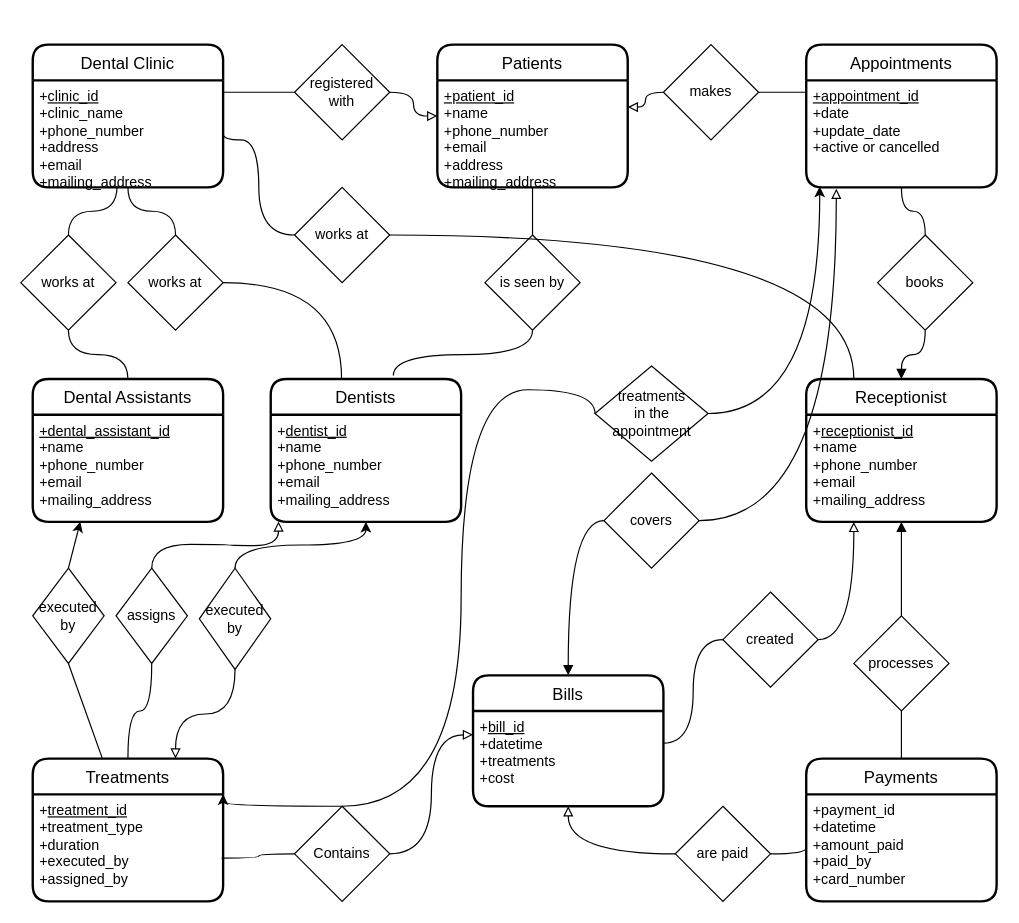
gituser514/Diagram keeps this draw.io diagram as MyDentalClinicDiagram.drawio. Above is the earlier version. Source tidied: cells renumbered, new cells numbered last; positions are measured from the earlier drawing's top-left corner, leaving out a move shared by most shapes. Both pictures are drawn from the tidied source at 119%, with x=0, y=0 at pixel (20, 44).
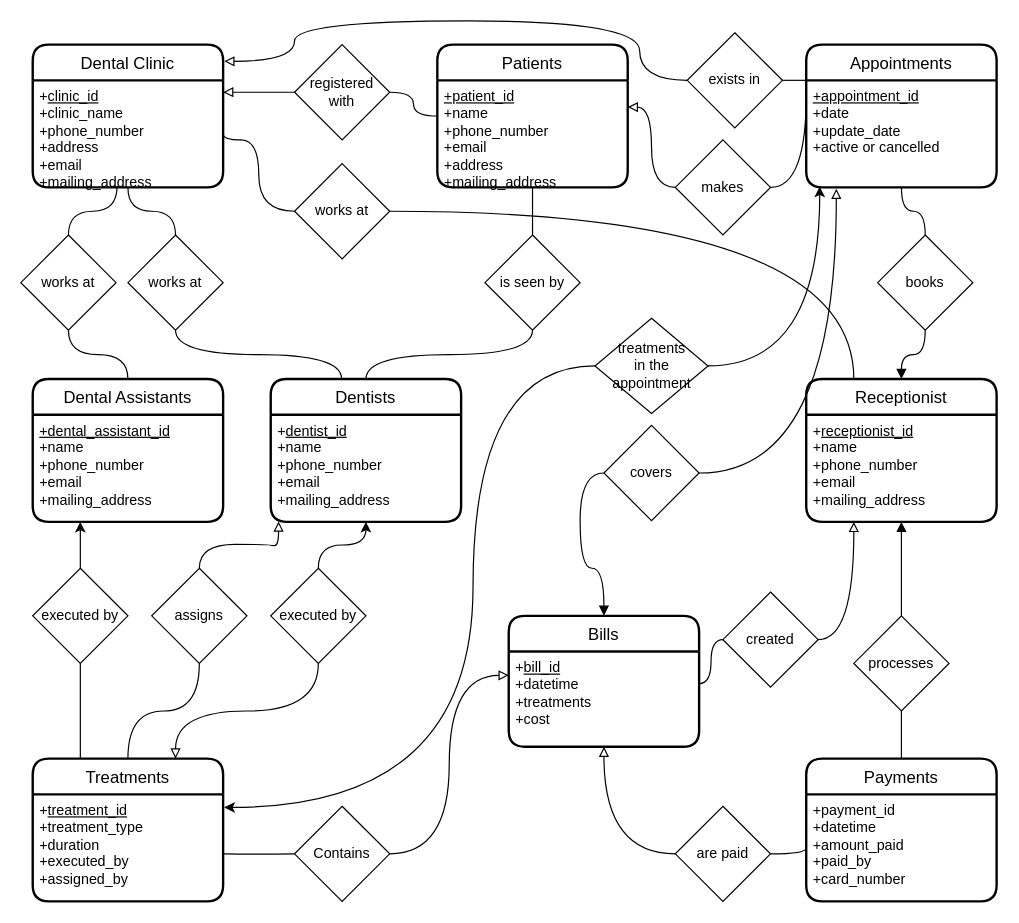
After the change.

The change refers to these unchanged cells:
```xml
<mxCell id="2" value="Dental Clinic" style="swimlane;horizontal=1;startSize=30;rounded=1;fontSize=14;fontStyle=0;strokeWidth=2;shadow=0;dashed=0;align=center;" parent="1" vertex="1">
  <mxGeometry x="10" width="160" height="120" as="geometry" />
</mxCell>
<mxCell id="3" value="+&lt;u&gt;clinic_id&lt;/u&gt;&lt;br&gt;+clinic_name&lt;br&gt;&lt;div&gt;+phone_number&lt;/div&gt;&lt;div&gt;+address &lt;br&gt;&lt;/div&gt;&lt;div&gt;+email&lt;/div&gt;&lt;div&gt;+mailing_address&lt;br&gt;&lt;/div&gt;" style="align=left;strokeColor=none;fillColor=none;spacingLeft=4;fontSize=12;verticalAlign=top;html=1;" parent="2" vertex="1">
  <mxGeometry y="30" width="160" height="90" as="geometry" />
</mxCell>
<mxCell id="4" value="Dentists" style="swimlane;horizontal=1;startSize=30;rounded=1;fontSize=14;fontStyle=0;strokeWidth=2;shadow=0;dashed=0;align=center;" parent="1" vertex="1">
  <mxGeometry x="210" y="281" width="160" height="120" as="geometry" />
</mxCell>
<mxCell id="6" value="Patients" style="swimlane;horizontal=1;startSize=30;rounded=1;fontSize=14;fontStyle=0;strokeWidth=2;shadow=0;dashed=0;align=center;" parent="1" vertex="1">
  <mxGeometry x="350" width="160" height="120" as="geometry" />
</mxCell>
<mxCell id="10" value="Treatments " style="swimlane;horizontal=1;startSize=30;rounded=1;fontSize=14;fontStyle=0;strokeWidth=2;shadow=0;dashed=0;align=center;" parent="1" vertex="1">
  <mxGeometry x="10" y="600" width="160" height="120" as="geometry" />
</mxCell>
<mxCell id="11" value="+&lt;u&gt;treatment_id&lt;/u&gt;&lt;br&gt;+treatment_type&lt;br&gt;&lt;div&gt;+duration&lt;/div&gt;&lt;div&gt;+executed_by &lt;br&gt;&lt;/div&gt;&lt;div&gt;+assigned_by&lt;br&gt;&lt;/div&gt;" style="align=left;strokeColor=none;fillColor=none;spacingLeft=4;fontSize=12;verticalAlign=top;html=1;" parent="10" vertex="1">
  <mxGeometry y="30" width="160" height="90" as="geometry" />
</mxCell>
<mxCell id="13" value="&lt;div&gt;&lt;u&gt;+appointment_id&lt;/u&gt;&lt;/div&gt;&lt;div&gt;+date&lt;/div&gt;&lt;div&gt;+update_date&lt;br&gt;&lt;/div&gt;&lt;div&gt;+active or cancelled&lt;br&gt;&lt;/div&gt;&lt;div&gt;&lt;br&gt;&lt;/div&gt;" style="align=left;strokeColor=none;fillColor=none;spacingLeft=4;fontSize=12;verticalAlign=top;html=1;" parent="12" vertex="1">
  <mxGeometry y="30" width="160" height="90" as="geometry" />
</mxCell>
<mxCell id="18" value="&lt;div&gt;registered &lt;br&gt;&lt;/div&gt;&lt;div&gt;with&lt;/div&gt;" style="shape=rhombus;perimeter=rhombusPerimeter;whiteSpace=wrap;html=1;align=center;" parent="1" vertex="1">
  <mxGeometry x="230" width="80" height="80" as="geometry" />
</mxCell>
<mxCell id="40" value="is seen by " style="rhombus;whiteSpace=wrap;html=1;rounded=0;sketch=0;" parent="1" vertex="1">
  <mxGeometry x="390" y="160" width="80" height="80" as="geometry" />
</mxCell>
<mxCell id="54" value="works at" style="rhombus;whiteSpace=wrap;html=1;rounded=0;sketch=0;" parent="1" vertex="1">
  <mxGeometry x="90" y="160" width="80" height="80" as="geometry" />
</mxCell>
<mxCell id="67" value="Contains" style="rhombus;whiteSpace=wrap;html=1;rounded=0;sketch=0;" parent="1" vertex="1">
  <mxGeometry x="230" y="640" width="80" height="80" as="geometry" />
</mxCell>
```

The edit, as a diff of the source:
```diff
@@
     <mxCell id="14" value="Bills" style="swimlane;horizontal=1;startSize=30;rounded=1;fontSize=14;fontStyle=0;strokeWidth=2;shadow=0;align=center;fillColor=none;" parent="1" vertex="1">
-      <mxGeometry x="380" y="530" width="160" height="110" as="geometry" />
+      <mxGeometry x="410" y="480" width="160" height="110" as="geometry" />
     </mxCell>
@@
-    <mxCell id="16" style="rounded=0;jettySize=auto;html=1;endArrow=none;endFill=0;edgeStyle=orthogonalEdgeStyle;curved=1;" parent="1" edge="1" source="18">
+    <mxCell id="16" style="rounded=0;jettySize=auto;html=1;endArrow=block;endFill=0;edgeStyle=orthogonalEdgeStyle;curved=1;strokeColor=default;" parent="1" edge="1" source="18">
       <mxGeometry relative="1" as="geometry">
         <mxPoint x="170" y="40" as="targetPoint" />
       </mxGeometry>
     </mxCell>
-    <mxCell id="17" style="edgeStyle=orthogonalEdgeStyle;rounded=0;jettySize=auto;html=1;entryX=0;entryY=0.5;entryDx=0;entryDy=0;endArrow=block;endFill=0;exitX=1;exitY=0.5;exitDx=0;exitDy=0;curved=1;" parent="1" edge="1" source="18" target="6">
+    <mxCell id="17" style="edgeStyle=orthogonalEdgeStyle;rounded=0;jettySize=auto;html=1;entryX=0;entryY=0.5;entryDx=0;entryDy=0;endArrow=none;endFill=0;exitX=1;exitY=0.5;exitDx=0;exitDy=0;curved=1;" parent="1" edge="1" source="18" target="6">
       <mxGeometry relative="1" as="geometry" />
     </mxCell>
@@
-    <mxCell id="26" style="edgeStyle=none;rounded=0;jettySize=auto;html=1;endArrow=none;endFill=0;exitX=0.5;exitY=1;exitDx=0;exitDy=0;" parent="1" edge="1" source="27" target="10">
+    <mxCell id="26" style="edgeStyle=orthogonalEdgeStyle;rounded=0;jettySize=auto;html=1;endArrow=none;endFill=0;exitX=0.5;exitY=1;exitDx=0;exitDy=0;curved=1;entryX=0.25;entryY=0;entryDx=0;entryDy=0;" parent="1" edge="1" source="27" target="10">
       <mxGeometry relative="1" as="geometry" />
     </mxCell>
     <mxCell id="27" value="executed by" style="rhombus;whiteSpace=wrap;html=1;rounded=0;sketch=0;" parent="1" vertex="1">
-      <mxGeometry x="10" y="440" width="60" height="80" as="geometry" />
+      <mxGeometry x="10" y="440" width="80" height="80" as="geometry" />
     </mxCell>
@@
     <mxCell id="29" value="executed by" style="rhombus;whiteSpace=wrap;html=1;rounded=0;sketch=0;" parent="1" vertex="1">
-      <mxGeometry x="150" y="440" width="60" height="85" as="geometry" />
+      <mxGeometry x="210" y="440" width="80" height="80" as="geometry" />
     </mxCell>
@@
     <mxCell id="32" value="makes" style="rhombus;whiteSpace=wrap;html=1;rounded=0;sketch=0;" parent="1" vertex="1">
-      <mxGeometry x="540" width="80" height="80" as="geometry" />
+      <mxGeometry x="550" y="80" width="80" height="80" as="geometry" />
     </mxCell>
-    <mxCell id="33" style="endArrow=none;html=1;rounded=1;sketch=0;curved=1;exitX=0.992;exitY=0.596;exitDx=0;exitDy=0;entryX=0;entryY=0.5;entryDx=0;entryDy=0;exitPerimeter=0;edgeStyle=orthogonalEdgeStyle;" parent="1" edge="1" source="11" target="67">
-      <mxGeometry relative="1" as="geometry" />
+    <mxCell id="33" style="endArrow=none;html=1;rounded=1;sketch=0;curved=1;entryX=0;entryY=0.5;entryDx=0;entryDy=0;edgeStyle=orthogonalEdgeStyle;" parent="1" edge="1" target="67">
+      <mxGeometry relative="1" as="geometry">
+        <mxPoint x="170" y="680" as="sourcePoint" />
+      </mxGeometry>
     </mxCell>
@@
-    <mxCell id="38" style="edgeStyle=orthogonalEdgeStyle;rounded=0;jettySize=auto;html=1;entryX=0.644;entryY=-0.025;entryDx=0;entryDy=0;endArrow=none;endFill=0;exitX=0.5;exitY=1;exitDx=0;exitDy=0;entryPerimeter=0;curved=1;" parent="1" edge="1" source="40" target="4">
+    <mxCell id="38" style="edgeStyle=orthogonalEdgeStyle;rounded=0;jettySize=auto;html=1;endArrow=none;endFill=0;exitX=0.5;exitY=1;exitDx=0;exitDy=0;curved=1;" parent="1" edge="1" source="40" target="4">
       <mxGeometry relative="1" as="geometry" />
     </mxCell>
@@
-    <mxCell id="53" style="edgeStyle=orthogonalEdgeStyle;curved=1;rounded=0;jettySize=auto;html=1;endArrow=none;endFill=0;entryX=0.372;entryY=-0.003;entryDx=0;entryDy=0;entryPerimeter=0;" parent="1" edge="1" source="54" target="4">
+    <mxCell id="53" style="edgeStyle=orthogonalEdgeStyle;curved=1;rounded=0;jettySize=auto;html=1;endArrow=none;endFill=0;entryX=0.372;entryY=-0.003;entryDx=0;entryDy=0;entryPerimeter=0;exitX=0.5;exitY=1;exitDx=0;exitDy=0;" parent="1" edge="1" source="54" target="4">
       <mxGeometry relative="1" as="geometry" />
     </mxCell>
@@
-    <mxCell id="55" style="edgeStyle=orthogonalEdgeStyle;curved=1;rounded=0;jettySize=auto;html=1;entryX=1;entryY=0.5;entryDx=0;entryDy=0;endArrow=none;endFill=0;" parent="1" edge="1" source="57" target="3">
+    <mxCell id="55" style="edgeStyle=orthogonalEdgeStyle;curved=1;rounded=0;jettySize=auto;html=1;endArrow=none;endFill=0;exitX=0;exitY=0.5;exitDx=0;exitDy=0;" parent="1" edge="1" source="57">
       <mxGeometry relative="1" as="geometry">
+        <mxPoint x="170" y="75" as="targetPoint" />
         <Array as="points">
-          <mxPoint x="200" y="160" />
+          <mxPoint x="200" y="140" />
           <mxPoint x="200" y="80" />
           <mxPoint x="170" y="80" />
         </Array>
       </mxGeometry>
     </mxCell>
@@
     <mxCell id="57" value="works at" style="rhombus;whiteSpace=wrap;html=1;rounded=0;sketch=0;" parent="1" vertex="1">
-      <mxGeometry x="230" y="120" width="80" height="80" as="geometry" />
+      <mxGeometry x="230" y="100" width="80" height="80" as="geometry" />
     </mxCell>
@@
-    <mxCell id="59" style="edgeStyle=orthogonalEdgeStyle;rounded=0;jettySize=auto;html=1;entryX=1;entryY=0;entryDx=0;entryDy=0;curved=1;exitX=0;exitY=0.5;exitDx=0;exitDy=0;" parent="1" edge="1" source="60" target="11">
+    <mxCell id="59" style="edgeStyle=orthogonalEdgeStyle;rounded=0;jettySize=auto;html=1;entryX=1.006;entryY=0.122;entryDx=0;entryDy=0;entryPerimeter=0;curved=1;exitX=0;exitY=0.5;exitDx=0;exitDy=0;" parent="1" edge="1" source="60" target="11">
       <mxGeometry relative="1" as="geometry">
         <Array as="points">
-          <mxPoint x="483" y="290" />
-          <mxPoint x="370" y="290" />
-          <mxPoint x="370" y="640" />
-          <mxPoint x="170" y="640" />
+          <mxPoint x="380" y="270" />
+          <mxPoint x="380" y="641" />
         </Array>
       </mxGeometry>
     </mxCell>
     <mxCell id="60" value="&lt;div&gt;treatments &lt;br&gt;&lt;/div&gt;&lt;div&gt;in the appointment &lt;/div&gt;" style="rhombus;whiteSpace=wrap;html=1;rounded=0;sketch=0;" parent="1" vertex="1">
-      <mxGeometry x="482.5" y="270" width="95" height="80" as="geometry" />
+      <mxGeometry x="482.5" y="230" width="95" height="80" as="geometry" />
     </mxCell>
@@
     <mxCell id="63" value="assigns " style="rhombus;whiteSpace=wrap;html=1;rounded=0;sketch=0;" parent="1" vertex="1">
-      <mxGeometry x="80" y="440" width="60" height="80" as="geometry" />
+      <mxGeometry x="110" y="440" width="80" height="80" as="geometry" />
     </mxCell>
@@
     <mxCell id="66" value="covers" style="rhombus;whiteSpace=wrap;html=1;rounded=0;sketch=0;" parent="1" vertex="1">
-      <mxGeometry x="490" y="360" width="80" height="80" as="geometry" />
+      <mxGeometry x="490" y="320" width="80" height="80" as="geometry" />
     </mxCell>
@@
+    <mxCell id="68" style="edgeStyle=orthogonalEdgeStyle;rounded=0;jettySize=auto;html=1;curved=1;exitX=0;exitY=0.5;exitDx=0;exitDy=0;startArrow=none;startFill=0;endArrow=block;endFill=0;entryX=1.006;entryY=0.117;entryDx=0;entryDy=0;entryPerimeter=0;" parent="1" edge="1" source="70" target="2">
+      <mxGeometry relative="1" as="geometry">
+        <Array as="points">
+          <mxPoint x="520" y="30" />
+          <mxPoint x="520" y="-20" />
+          <mxPoint x="230" y="-20" />
+          <mxPoint x="230" y="14" />
+        </Array>
+      </mxGeometry>
+    </mxCell>
+    <mxCell id="69" style="edgeStyle=orthogonalEdgeStyle;curved=1;rounded=0;jettySize=auto;html=1;entryX=0;entryY=0;entryDx=0;entryDy=0;endArrow=none;endFill=0;" parent="1" edge="1" source="70" target="13">
+      <mxGeometry relative="1" as="geometry" />
+    </mxCell>
+    <mxCell id="70" value="exists in" style="rhombus;whiteSpace=wrap;html=1;rounded=0;sketch=0;" parent="1" vertex="1">
+      <mxGeometry x="560" y="-10" width="80" height="80" as="geometry" />
+    </mxCell>
```
